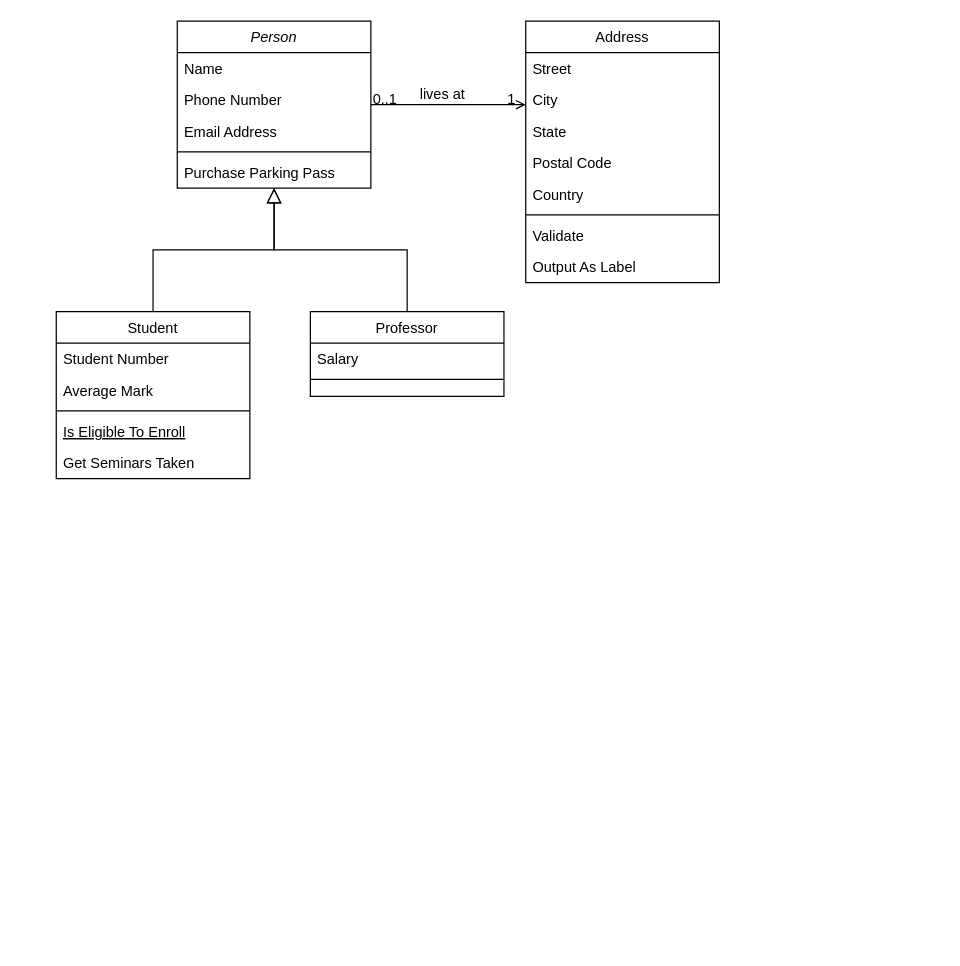
MHibriziF/SIPA keeps this draw.io diagram as class-diagram-tk-pkpl.drawio. Above is the earlier version. Source tidied: cells renumbered, new cells numbered last; positions are measured from the earlier drawing's top-left corner, leaving out a move shared by most shapes. Both pictures are drawn from the tidied source at 121%, with x=0, y=0 at pixel (56, 21).
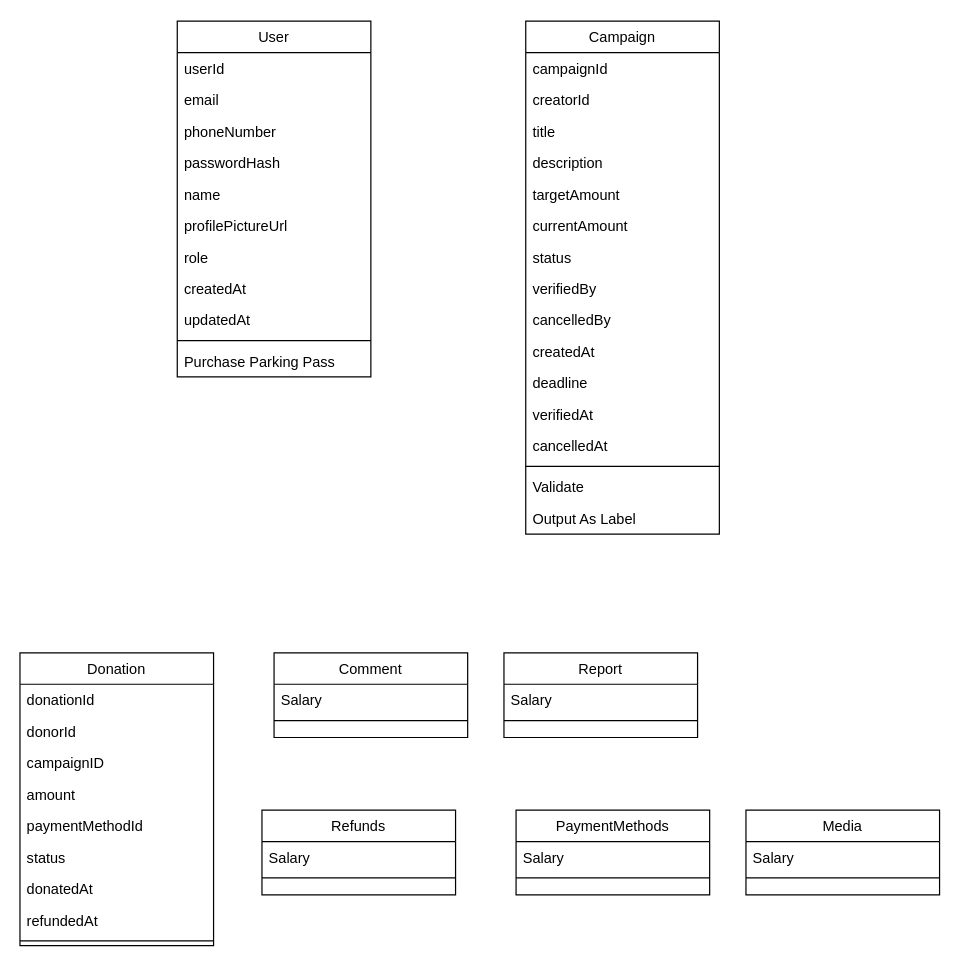
After the change.

Change to the diagram source:
```diff
@@
-    <mxCell id="2" value="Person" style="swimlane;fontStyle=2;align=center;verticalAlign=top;horizontal=1;startSize=26;rounded=0;shadow=0;strokeWidth=1;" parent="1" vertex="1">
-      <mxGeometry x="100" width="160" height="138" as="geometry" />
+    <mxCell id="2" value="User" style="swimlane;fontStyle=0;align=center;verticalAlign=top;horizontal=1;startSize=26;rounded=0;shadow=0;strokeWidth=1;" parent="1" vertex="1">
+      <mxGeometry x="100" width="160" height="294" as="geometry" />
     </mxCell>
-    <mxCell id="3" value="Name" style="text;align=left;verticalAlign=top;spacingLeft=4;spacingRight=4;overflow=hidden;" parent="2" vertex="1">
+    <mxCell id="3" value="userId&#10;" style="text;align=left;verticalAlign=top;spacingLeft=4;spacingRight=4;overflow=hidden;" parent="2" vertex="1">
       <mxGeometry y="26" width="160" height="26" as="geometry" />
     </mxCell>
-    <mxCell id="4" value="Phone Number" style="text;align=left;verticalAlign=top;spacingLeft=4;spacingRight=4;overflow=hidden;rounded=0;shadow=0;html=0;" parent="2" vertex="1">
+    <mxCell id="4" value="email" style="text;align=left;verticalAlign=top;spacingLeft=4;spacingRight=4;overflow=hidden;rounded=0;shadow=0;html=0;" parent="2" vertex="1">
       <mxGeometry y="52" width="160" height="26" as="geometry" />
     </mxCell>
-    <mxCell id="5" value="Email Address" style="text;align=left;verticalAlign=top;spacingLeft=4;spacingRight=4;overflow=hidden;rounded=0;shadow=0;html=0;" parent="2" vertex="1">
+    <mxCell id="5" value="phoneNumber" style="text;align=left;verticalAlign=top;spacingLeft=4;spacingRight=4;overflow=hidden;rounded=0;shadow=0;html=0;" parent="2" vertex="1">
       <mxGeometry y="78" width="160" height="26" as="geometry" />
     </mxCell>
+    <mxCell id="32" value="passwordHash" style="text;align=left;verticalAlign=top;spacingLeft=4;spacingRight=4;overflow=hidden;rounded=0;shadow=0;html=0;" parent="2" vertex="1">
+      <mxGeometry y="104" width="160" height="26" as="geometry" />
+    </mxCell>
+    <mxCell id="33" value="name" style="text;align=left;verticalAlign=top;spacingLeft=4;spacingRight=4;overflow=hidden;rounded=0;shadow=0;html=0;" parent="2" vertex="1">
+      <mxGeometry y="130" width="160" height="26" as="geometry" />
+    </mxCell>
+    <mxCell id="34" value="profilePictureUrl" style="text;align=left;verticalAlign=top;spacingLeft=4;spacingRight=4;overflow=hidden;rounded=0;shadow=0;html=0;" parent="2" vertex="1">
+      <mxGeometry y="156" width="160" height="26" as="geometry" />
+    </mxCell>
+    <mxCell id="35" value="role" style="text;align=left;verticalAlign=top;spacingLeft=4;spacingRight=4;overflow=hidden;rounded=0;shadow=0;html=0;" parent="2" vertex="1">
+      <mxGeometry y="182" width="160" height="26" as="geometry" />
+    </mxCell>
+    <mxCell id="36" value="createdAt" style="text;align=left;verticalAlign=top;spacingLeft=4;spacingRight=4;overflow=hidden;rounded=0;shadow=0;html=0;" parent="2" vertex="1">
+      <mxGeometry y="208" width="160" height="26" as="geometry" />
+    </mxCell>
+    <mxCell id="37" value="updatedAt" style="text;align=left;verticalAlign=top;spacingLeft=4;spacingRight=4;overflow=hidden;rounded=0;shadow=0;html=0;" parent="2" vertex="1">
+      <mxGeometry y="234" width="160" height="26" as="geometry" />
+    </mxCell>
     <mxCell id="6" style="line;html=1;strokeWidth=1;align=left;verticalAlign=middle;spacingTop=-1;spacingLeft=3;spacingRight=3;labelPosition=right;" parent="2" vertex="1">
-      <mxGeometry y="104" width="160" height="8" as="geometry" />
+      <mxGeometry y="260" width="160" height="8" as="geometry" />
     </mxCell>
     <mxCell id="7" value="Purchase Parking Pass" style="text;align=left;verticalAlign=top;spacingLeft=4;spacingRight=4;overflow=hidden;" parent="2" vertex="1">
-      <mxGeometry y="112" width="160" height="26" as="geometry" />
+      <mxGeometry y="268" width="160" height="26" as="geometry" />
     </mxCell>
-    <mxCell id="8" value="Student" style="swimlane;fontStyle=0;align=center;verticalAlign=top;horizontal=1;startSize=26;rounded=0;shadow=0;strokeWidth=1;" parent="1" vertex="1">
-      <mxGeometry y="240" width="160" height="138" as="geometry" />
+    <mxCell id="8" value="Donation" style="swimlane;fontStyle=0;align=center;verticalAlign=top;horizontal=1;startSize=26;rounded=0;shadow=0;strokeWidth=1;" parent="1" vertex="1">
+      <mxGeometry x="-30" y="522" width="160" height="242" as="geometry" />
     </mxCell>
-    <mxCell id="9" value="Student Number" style="text;align=left;verticalAlign=top;spacingLeft=4;spacingRight=4;overflow=hidden;" parent="8" vertex="1">
+    <mxCell id="9" value="donationId&#10;" style="text;align=left;verticalAlign=top;spacingLeft=4;spacingRight=4;overflow=hidden;" parent="8" vertex="1">
       <mxGeometry y="26" width="160" height="26" as="geometry" />
     </mxCell>
-    <mxCell id="10" value="Average Mark" style="text;align=left;verticalAlign=top;spacingLeft=4;spacingRight=4;overflow=hidden;rounded=0;shadow=0;html=0;" parent="8" vertex="1">
-      <mxGeometry y="52" width="160" height="26" as="geometry" />
-    </mxCell>
+    <mxCell id="38" value="donorId" style="text;align=left;verticalAlign=top;spacingLeft=4;spacingRight=4;overflow=hidden;" parent="8" vertex="1">
+      <mxGeometry y="52" width="160" height="26" as="geometry" />
+    </mxCell>
+    <mxCell id="39" value="campaignID" style="text;align=left;verticalAlign=top;spacingLeft=4;spacingRight=4;overflow=hidden;" parent="8" vertex="1">
+      <mxGeometry y="78" width="160" height="26" as="geometry" />
+    </mxCell>
+    <mxCell id="40" value="amount" style="text;align=left;verticalAlign=top;spacingLeft=4;spacingRight=4;overflow=hidden;" parent="8" vertex="1">
+      <mxGeometry y="104" width="160" height="26" as="geometry" />
+    </mxCell>
+    <mxCell id="41" value="paymentMethodId" style="text;align=left;verticalAlign=top;spacingLeft=4;spacingRight=4;overflow=hidden;" parent="8" vertex="1">
+      <mxGeometry y="130" width="160" height="26" as="geometry" />
+    </mxCell>
+    <mxCell id="42" value="status" style="text;align=left;verticalAlign=top;spacingLeft=4;spacingRight=4;overflow=hidden;" parent="8" vertex="1">
+      <mxGeometry y="156" width="160" height="26" as="geometry" />
+    </mxCell>
+    <mxCell id="43" value="donatedAt" style="text;align=left;verticalAlign=top;spacingLeft=4;spacingRight=4;overflow=hidden;" parent="8" vertex="1">
+      <mxGeometry y="182" width="160" height="26" as="geometry" />
+    </mxCell>
+    <mxCell id="44" value="refundedAt" style="text;align=left;verticalAlign=top;spacingLeft=4;spacingRight=4;overflow=hidden;" parent="8" vertex="1">
+      <mxGeometry y="208" width="160" height="26" as="geometry" />
+    </mxCell>
     <mxCell id="11" style="line;html=1;strokeWidth=1;align=left;verticalAlign=middle;spacingTop=-1;spacingLeft=3;spacingRight=3;labelPosition=right;" parent="8" vertex="1">
-      <mxGeometry y="78" width="160" height="8" as="geometry" />
+      <mxGeometry y="234" width="160" height="8" as="geometry" />
     </mxCell>
-    <mxCell id="12" value="Is Eligible To Enroll" style="text;align=left;verticalAlign=top;spacingLeft=4;spacingRight=4;overflow=hidden;fontStyle=4;" parent="8" vertex="1">
-      <mxGeometry y="86" width="160" height="26" as="geometry" />
-    </mxCell>
-    <mxCell id="13" value="Get Seminars Taken" style="text;align=left;verticalAlign=top;spacingLeft=4;spacingRight=4;overflow=hidden;" parent="8" vertex="1">
-      <mxGeometry y="112" width="160" height="26" as="geometry" />
-    </mxCell>
-    <mxCell id="14" style="endArrow=block;endSize=10;endFill=0;shadow=0;strokeWidth=1;rounded=0;curved=0;edgeStyle=elbowEdgeStyle;elbow=vertical;" parent="1" edge="1" source="8" target="2">
-      <mxGeometry relative="1" as="geometry" />
-    </mxCell>
-    <mxCell id="15" value="Professor" style="swimlane;fontStyle=0;align=center;verticalAlign=top;horizontal=1;startSize=26;rounded=0;shadow=0;strokeWidth=1;" parent="1" vertex="1">
-      <mxGeometry x="210" y="240" width="160" height="70" as="geometry" />
+    <mxCell id="15" value="Comment" style="swimlane;fontStyle=0;align=center;verticalAlign=top;horizontal=1;startSize=26;rounded=0;shadow=0;strokeWidth=1;" parent="1" vertex="1">
+      <mxGeometry x="180" y="522" width="160" height="70" as="geometry" />
     </mxCell>
@@
-    <mxCell id="18" style="endArrow=block;endSize=10;endFill=0;shadow=0;strokeWidth=1;rounded=0;curved=0;edgeStyle=elbowEdgeStyle;elbow=vertical;" parent="1" edge="1" source="15" target="2">
-      <mxGeometry relative="1" as="geometry" />
-    </mxCell>
-    <mxCell id="19" value="Address" style="swimlane;fontStyle=0;align=center;verticalAlign=top;horizontal=1;startSize=26;rounded=0;shadow=0;strokeWidth=1;" parent="1" vertex="1">
-      <mxGeometry x="388" width="160" height="216" as="geometry" />
+    <mxCell id="19" value="Campaign" style="swimlane;fontStyle=0;align=center;verticalAlign=top;horizontal=1;startSize=26;rounded=0;shadow=0;strokeWidth=1;" parent="1" vertex="1">
+      <mxGeometry x="388" width="160" height="424" as="geometry" />
     </mxCell>
-    <mxCell id="20" value="Street" style="text;align=left;verticalAlign=top;spacingLeft=4;spacingRight=4;overflow=hidden;" parent="19" vertex="1">
+    <mxCell id="20" value="campaignId" style="text;align=left;verticalAlign=top;spacingLeft=4;spacingRight=4;overflow=hidden;" parent="19" vertex="1">
       <mxGeometry y="26" width="160" height="26" as="geometry" />
     </mxCell>
-    <mxCell id="21" value="City" style="text;align=left;verticalAlign=top;spacingLeft=4;spacingRight=4;overflow=hidden;rounded=0;shadow=0;html=0;" parent="19" vertex="1">
+    <mxCell id="21" value="creatorId" style="text;align=left;verticalAlign=top;spacingLeft=4;spacingRight=4;overflow=hidden;rounded=0;shadow=0;html=0;" parent="19" vertex="1">
       <mxGeometry y="52" width="160" height="26" as="geometry" />
     </mxCell>
-    <mxCell id="22" value="State" style="text;align=left;verticalAlign=top;spacingLeft=4;spacingRight=4;overflow=hidden;rounded=0;shadow=0;html=0;" parent="19" vertex="1">
+    <mxCell id="22" value="title" style="text;align=left;verticalAlign=top;spacingLeft=4;spacingRight=4;overflow=hidden;rounded=0;shadow=0;html=0;" parent="19" vertex="1">
       <mxGeometry y="78" width="160" height="26" as="geometry" />
     </mxCell>
-    <mxCell id="23" value="Postal Code" style="text;align=left;verticalAlign=top;spacingLeft=4;spacingRight=4;overflow=hidden;rounded=0;shadow=0;html=0;" parent="19" vertex="1">
+    <mxCell id="23" value="description" style="text;align=left;verticalAlign=top;spacingLeft=4;spacingRight=4;overflow=hidden;rounded=0;shadow=0;html=0;" parent="19" vertex="1">
       <mxGeometry y="104" width="160" height="26" as="geometry" />
     </mxCell>
-    <mxCell id="24" value="Country" style="text;align=left;verticalAlign=top;spacingLeft=4;spacingRight=4;overflow=hidden;rounded=0;shadow=0;html=0;" parent="19" vertex="1">
+    <mxCell id="24" value="targetAmount" style="text;align=left;verticalAlign=top;spacingLeft=4;spacingRight=4;overflow=hidden;rounded=0;shadow=0;html=0;" parent="19" vertex="1">
       <mxGeometry y="130" width="160" height="26" as="geometry" />
     </mxCell>
+    <mxCell id="45" value="currentAmount" style="text;align=left;verticalAlign=top;spacingLeft=4;spacingRight=4;overflow=hidden;rounded=0;shadow=0;html=0;" parent="19" vertex="1">
+      <mxGeometry y="156" width="160" height="26" as="geometry" />
+    </mxCell>
+    <mxCell id="46" value="status" style="text;align=left;verticalAlign=top;spacingLeft=4;spacingRight=4;overflow=hidden;rounded=0;shadow=0;html=0;" parent="19" vertex="1">
+      <mxGeometry y="182" width="160" height="26" as="geometry" />
+    </mxCell>
+    <mxCell id="47" value="verifiedBy" style="text;align=left;verticalAlign=top;spacingLeft=4;spacingRight=4;overflow=hidden;rounded=0;shadow=0;html=0;" parent="19" vertex="1">
+      <mxGeometry y="208" width="160" height="26" as="geometry" />
+    </mxCell>
+    <mxCell id="48" value="cancelledBy" style="text;align=left;verticalAlign=top;spacingLeft=4;spacingRight=4;overflow=hidden;rounded=0;shadow=0;html=0;" parent="19" vertex="1">
+      <mxGeometry y="234" width="160" height="26" as="geometry" />
+    </mxCell>
+    <mxCell id="49" value="createdAt" style="text;align=left;verticalAlign=top;spacingLeft=4;spacingRight=4;overflow=hidden;rounded=0;shadow=0;html=0;" parent="19" vertex="1">
+      <mxGeometry y="260" width="160" height="26" as="geometry" />
+    </mxCell>
+    <mxCell id="50" value="deadline" style="text;align=left;verticalAlign=top;spacingLeft=4;spacingRight=4;overflow=hidden;rounded=0;shadow=0;html=0;" parent="19" vertex="1">
+      <mxGeometry y="286" width="160" height="26" as="geometry" />
+    </mxCell>
+    <mxCell id="51" value="verifiedAt" style="text;align=left;verticalAlign=top;spacingLeft=4;spacingRight=4;overflow=hidden;rounded=0;shadow=0;html=0;" parent="19" vertex="1">
+      <mxGeometry y="312" width="160" height="26" as="geometry" />
+    </mxCell>
+    <mxCell id="52" value="cancelledAt" style="text;align=left;verticalAlign=top;spacingLeft=4;spacingRight=4;overflow=hidden;rounded=0;shadow=0;html=0;" parent="19" vertex="1">
+      <mxGeometry y="338" width="160" height="26" as="geometry" />
+    </mxCell>
     <mxCell id="25" style="line;html=1;strokeWidth=1;align=left;verticalAlign=middle;spacingTop=-1;spacingLeft=3;spacingRight=3;labelPosition=right;" parent="19" vertex="1">
-      <mxGeometry y="156" width="160" height="8" as="geometry" />
+      <mxGeometry y="364" width="160" height="8" as="geometry" />
     </mxCell>
     <mxCell id="26" value="Validate" style="text;align=left;verticalAlign=top;spacingLeft=4;spacingRight=4;overflow=hidden;" parent="19" vertex="1">
-      <mxGeometry y="164" width="160" height="26" as="geometry" />
+      <mxGeometry y="372" width="160" height="26" as="geometry" />
     </mxCell>
     <mxCell id="27" value="Output As Label" style="text;align=left;verticalAlign=top;spacingLeft=4;spacingRight=4;overflow=hidden;" parent="19" vertex="1">
-      <mxGeometry y="190" width="160" height="26" as="geometry" />
+      <mxGeometry y="398" width="160" height="26" as="geometry" />
     </mxCell>
-    <mxCell id="28" style="endArrow=open;shadow=0;strokeWidth=1;rounded=0;curved=0;endFill=1;edgeStyle=elbowEdgeStyle;elbow=vertical;" parent="1" edge="1" source="2" target="19">
-      <mxGeometry x="0.5" y="41" relative="1" as="geometry">
-        <mxPoint x="-40" y="32" as="offset" />
-      </mxGeometry>
-    </mxCell>
-    <mxCell id="29" value="0..1" style="align=left;verticalAlign=bottom;labelBackgroundColor=none;fontSize=12;" parent="28" vertex="1">
-      <mxGeometry x="-1" relative="1" as="geometry">
-        <mxPoint y="4" as="offset" />
-      </mxGeometry>
-    </mxCell>
-    <mxCell id="30" value="1" style="align=right;verticalAlign=bottom;labelBackgroundColor=none;fontSize=12;" parent="28" vertex="1">
-      <mxGeometry x="1" relative="1" as="geometry">
-        <mxPoint x="-7" y="4" as="offset" />
-      </mxGeometry>
-    </mxCell>
-    <mxCell id="31" value="lives at" style="text;html=1;align=center;verticalAlign=middle;labelBackgroundColor=none;rounded=0;shadow=0;strokeWidth=1;fontSize=12;" parent="28" vertex="1">
-      <mxGeometry x="0.5" y="49" relative="1" as="geometry">
-        <mxPoint x="-38" y="40" as="offset" />
-      </mxGeometry>
-    </mxCell>
+    <mxCell id="53" value="Report" style="swimlane;fontStyle=0;align=center;verticalAlign=top;horizontal=1;startSize=26;rounded=0;shadow=0;strokeWidth=1;" parent="1" vertex="1">
+      <mxGeometry x="370" y="522" width="160" height="70" as="geometry" />
+    </mxCell>
+    <mxCell id="54" value="Salary" style="text;align=left;verticalAlign=top;spacingLeft=4;spacingRight=4;overflow=hidden;" parent="53" vertex="1">
+      <mxGeometry y="26" width="160" height="26" as="geometry" />
+    </mxCell>
+    <mxCell id="55" style="line;html=1;strokeWidth=1;align=left;verticalAlign=middle;spacingTop=-1;spacingLeft=3;spacingRight=3;labelPosition=right;" parent="53" vertex="1">
+      <mxGeometry y="52" width="160" height="8" as="geometry" />
+    </mxCell>
+    <mxCell id="56" value="Media" style="swimlane;fontStyle=0;align=center;verticalAlign=top;horizontal=1;startSize=26;rounded=0;shadow=0;strokeWidth=1;" parent="1" vertex="1">
+      <mxGeometry x="570" y="652" width="160" height="70" as="geometry" />
+    </mxCell>
+    <mxCell id="57" value="Salary" style="text;align=left;verticalAlign=top;spacingLeft=4;spacingRight=4;overflow=hidden;" parent="56" vertex="1">
+      <mxGeometry y="26" width="160" height="26" as="geometry" />
+    </mxCell>
+    <mxCell id="58" style="line;html=1;strokeWidth=1;align=left;verticalAlign=middle;spacingTop=-1;spacingLeft=3;spacingRight=3;labelPosition=right;" parent="56" vertex="1">
+      <mxGeometry y="52" width="160" height="8" as="geometry" />
+    </mxCell>
+    <mxCell id="59" value="PaymentMethods" style="swimlane;fontStyle=0;align=center;verticalAlign=top;horizontal=1;startSize=26;rounded=0;shadow=0;strokeWidth=1;" parent="1" vertex="1">
+      <mxGeometry x="380" y="652" width="160" height="70" as="geometry" />
+    </mxCell>
+    <mxCell id="60" value="Salary" style="text;align=left;verticalAlign=top;spacingLeft=4;spacingRight=4;overflow=hidden;" parent="59" vertex="1">
+      <mxGeometry y="26" width="160" height="26" as="geometry" />
+    </mxCell>
+    <mxCell id="61" style="line;html=1;strokeWidth=1;align=left;verticalAlign=middle;spacingTop=-1;spacingLeft=3;spacingRight=3;labelPosition=right;" parent="59" vertex="1">
+      <mxGeometry y="52" width="160" height="8" as="geometry" />
+    </mxCell>
+    <mxCell id="62" value="Refunds" style="swimlane;fontStyle=0;align=center;verticalAlign=top;horizontal=1;startSize=26;rounded=0;shadow=0;strokeWidth=1;" parent="1" vertex="1">
+      <mxGeometry x="170" y="652" width="160" height="70" as="geometry" />
+    </mxCell>
+    <mxCell id="63" value="Salary" style="text;align=left;verticalAlign=top;spacingLeft=4;spacingRight=4;overflow=hidden;" parent="62" vertex="1">
+      <mxGeometry y="26" width="160" height="26" as="geometry" />
+    </mxCell>
+    <mxCell id="64" style="line;html=1;strokeWidth=1;align=left;verticalAlign=middle;spacingTop=-1;spacingLeft=3;spacingRight=3;labelPosition=right;" parent="62" vertex="1">
+      <mxGeometry y="52" width="160" height="8" as="geometry" />
+    </mxCell>
```
